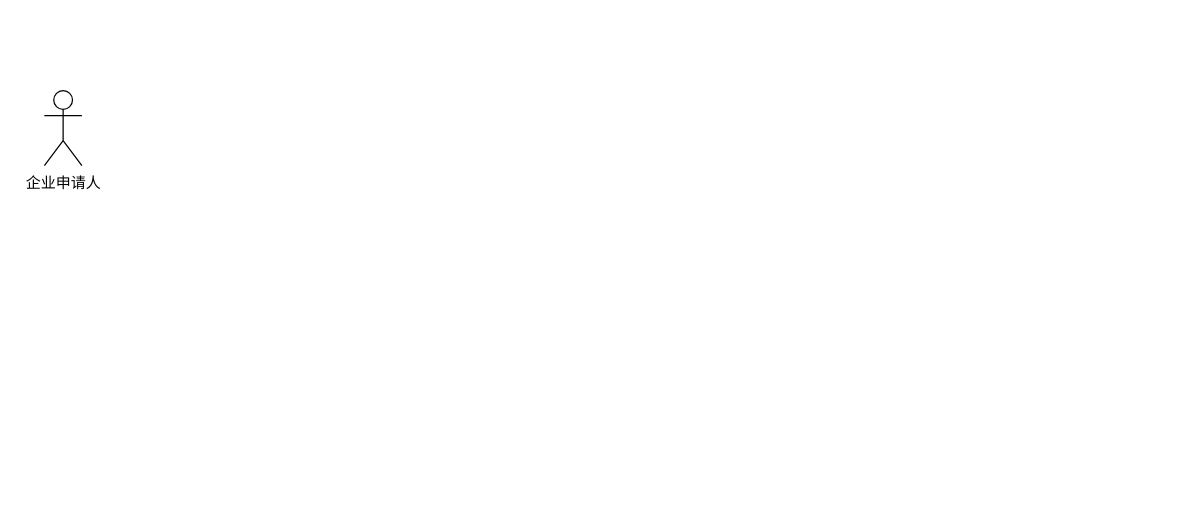
guoqingshan2020/draw keeps this draw.io diagram as Untitled Diagram.drawio. Above is the earlier version. Source tidied: cells renumbered, new cells numbered last; positions are measured from the earlier drawing's top-left corner, leaving out a move shared by most shapes. Both pictures are drawn from the tidied source at 125%, with x=0, y=0 at pixel (44, 90).
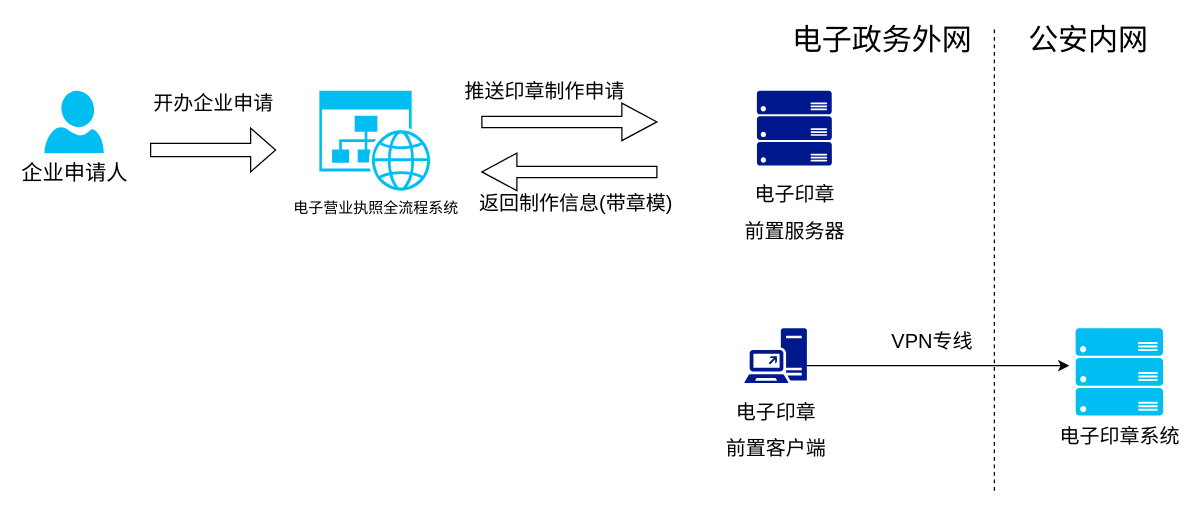
Above is the later version.

Diff of the diagram source:
```diff
@@
 <mxGraphModel>
   <root>
     <mxCell id="0" />
     <mxCell id="1" parent="0" />
-    <mxCell id="2" value="企业申请人" style="shape=umlActor;verticalLabelPosition=bottom;verticalAlign=top;html=1;" parent="1" vertex="1">
-      <mxGeometry width="30" height="60" as="geometry" />
+    <mxCell id="2" value="&lt;font style=&quot;font-size: 17px&quot;&gt;企业申请人&lt;/font&gt;" style="verticalLabelPosition=bottom;html=1;verticalAlign=top;align=center;strokeColor=none;fillColor=#00BEF2;shape=mxgraph.azure.user;" parent="1" vertex="1">
+      <mxGeometry width="47.5" height="50" as="geometry" />
     </mxCell>
+    <mxCell id="3" value="电子营业执照全流程系统" style="verticalLabelPosition=bottom;html=1;verticalAlign=top;align=center;strokeColor=none;fillColor=#00BEF2;shape=mxgraph.azure.website_generic;" parent="1" vertex="1">
+      <mxGeometry x="220" width="90" height="80" as="geometry" />
+    </mxCell>
+    <mxCell id="4" value="开办企业申请" style="text;html=1;align=center;verticalAlign=middle;fillColor=none;strokeColor=none;rounded=0;fontSize=16;" parent="1" vertex="1">
+      <mxGeometry x="80" width="110" height="20" as="geometry" />
+    </mxCell>
+    <mxCell id="5" style="shape=singleArrow;whiteSpace=wrap;html=1;fontSize=20;" parent="1" vertex="1">
+      <mxGeometry x="85" y="30" width="100" height="35" as="geometry" />
+    </mxCell>
+    <mxCell id="6" style="shape=singleArrow;direction=west;whiteSpace=wrap;html=1;fontSize=20;" parent="1" vertex="1">
+      <mxGeometry x="350" y="50" width="140" height="30" as="geometry" />
+    </mxCell>
+    <mxCell id="7" style="shape=singleArrow;whiteSpace=wrap;html=1;fontSize=20;" parent="1" vertex="1">
+      <mxGeometry x="350" y="10" width="140" height="30" as="geometry" />
+    </mxCell>
+    <mxCell id="8" value="推送印章制作申请" style="text;html=1;align=center;verticalAlign=middle;fillColor=none;strokeColor=none;rounded=0;fontSize=16;" parent="1" vertex="1">
+      <mxGeometry x="330" y="-10" width="140" height="20" as="geometry" />
+    </mxCell>
+    <mxCell id="9" value="返回制作信息(带章模)" style="text;html=1;align=center;verticalAlign=middle;fillColor=none;strokeColor=none;rounded=0;fontSize=16;" parent="1" vertex="1">
+      <mxGeometry x="340" y="80" width="170" height="20" as="geometry" />
+    </mxCell>
+    <mxCell id="10" style="endArrow=none;dashed=1;html=1;fontSize=16;" parent="1" edge="1">
+      <mxGeometry relative="1" as="geometry">
+        <mxPoint x="760" y="320" as="sourcePoint" />
+        <mxPoint x="760" y="-50" as="targetPoint" />
+      </mxGeometry>
+    </mxCell>
+    <mxCell id="11" value="电子印章系统" style="verticalLabelPosition=bottom;html=1;verticalAlign=top;align=center;strokeColor=none;fillColor=#00BEF2;shape=mxgraph.azure.server_rack;fontSize=16;" parent="1" vertex="1">
+      <mxGeometry x="825" y="190" width="70" height="70" as="geometry" />
+    </mxCell>
+    <mxCell id="12" value="电子政务外网" style="text;html=1;align=center;verticalAlign=middle;fillColor=none;strokeColor=none;rounded=0;fontSize=24;" parent="1" vertex="1">
+      <mxGeometry x="590" y="-55" width="160" height="30" as="geometry" />
+    </mxCell>
+    <mxCell id="13" value="公安内网" style="text;html=1;align=center;verticalAlign=middle;fillColor=none;strokeColor=none;rounded=0;fontSize=24;" parent="1" vertex="1">
+      <mxGeometry x="780" y="-55" width="110" height="30" as="geometry" />
+    </mxCell>
+    <mxCell id="14" value="&lt;span style=&quot;font-size: 16px&quot;&gt;电子印章&lt;/span&gt;&lt;br style=&quot;font-size: 16px&quot;&gt;&lt;span style=&quot;font-size: 16px&quot;&gt;前置客户端&lt;/span&gt;" style="shadow=0;dashed=0;html=1;strokeColor=none;labelPosition=center;verticalLabelPosition=bottom;verticalAlign=top;align=center;fillColor=#00188D;shape=mxgraph.mscae.enterprise.direct_access_feature;fontSize=24;" parent="1" vertex="1">
+      <mxGeometry x="560" y="190" width="50" height="44" as="geometry" />
+    </mxCell>
+    <mxCell id="15" value="&lt;span style=&quot;font-size: 16px&quot;&gt;电子印章&lt;/span&gt;&lt;br style=&quot;font-size: 16px&quot;&gt;&lt;span style=&quot;font-size: 16px&quot;&gt;前置服务器&lt;/span&gt;" style="shadow=0;dashed=0;html=1;strokeColor=none;labelPosition=center;verticalLabelPosition=bottom;verticalAlign=top;align=center;fillColor=#00188D;shape=mxgraph.azure.server_rack;fontSize=24;" parent="1" vertex="1">
+      <mxGeometry x="570" width="60" height="60" as="geometry" />
+    </mxCell>
+    <mxCell id="16" style="endArrow=classic;html=1;fontSize=24;" parent="1" edge="1">
+      <mxGeometry relative="1" as="geometry">
+        <mxPoint x="610" y="220" as="sourcePoint" />
+        <mxPoint x="820" y="220" as="targetPoint" />
+      </mxGeometry>
+    </mxCell>
+    <mxCell id="17" value="VPN专线" style="text;html=1;align=center;verticalAlign=middle;fillColor=none;strokeColor=none;rounded=0;fontSize=16;" parent="1" vertex="1">
+      <mxGeometry x="670" y="190" width="80" height="20" as="geometry" />
+    </mxCell>
   </root>
 </mxGraphModel>
```
